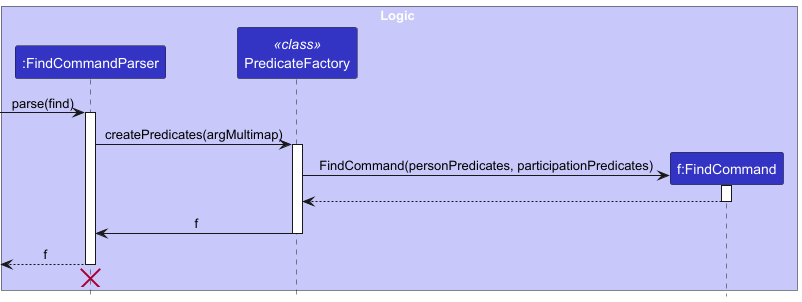
Above: docs/images/FindCommandParseSequence.png in nus-cs2103-AY2425S1/tp (PlantUML), before the change.
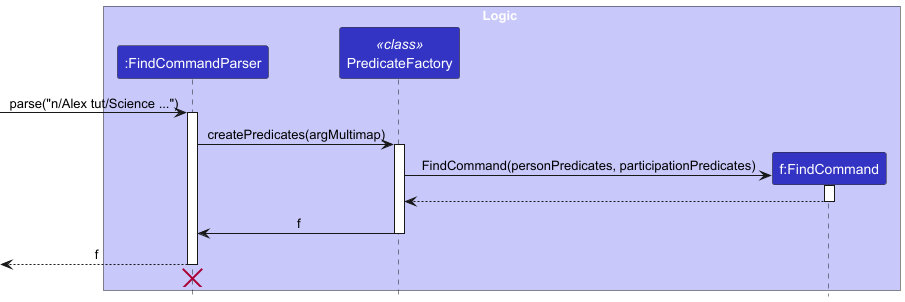
Above is the later version.

Diff of the diagram source:
```diff
@@ -8,7 +8,7 @@
 participant "f:FindCommand" as FindCommand LOGIC_COLOR
 end box
 
-[-> FindCommandParser : parse(find)
+[-> FindCommandParser : parse("n/Alex tut/Science ...")
 activate FindCommandParser
 
 FindCommandParser -> PredicateFactory : createPredicates(argMultimap)
```
